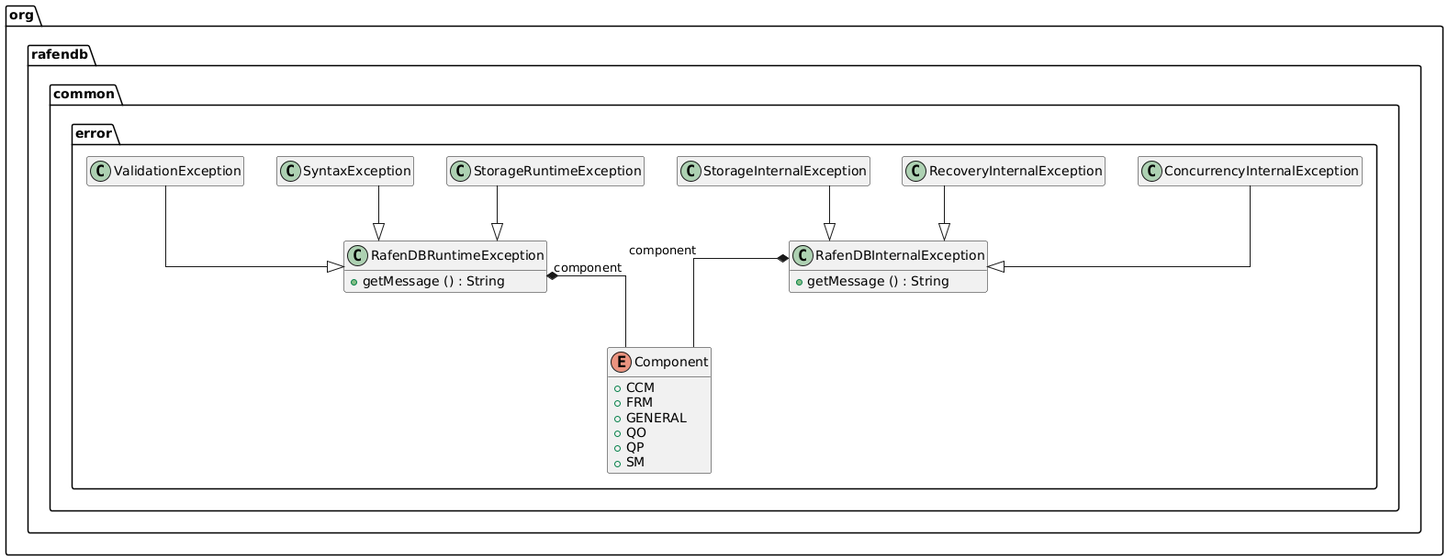
m-akma1/rafendb keeps this PlantUML diagram as docs/generated/common/common-error.png. Above is the earlier version. Its source is kept beside it as docs/generated/common/common-error.puml. The source it was exported from:
```plantuml
@startuml

set namespaceSeparator .
hide empty members
skinparam linetype ortho


enum org.rafendb.common.error.Component {
	{field} +CCM
	{field} +FRM
	{field} +GENERAL
	{field} +QO
	{field} +QP
	{field} +SM
}


class org.rafendb.common.error.ConcurrencyInternalException {
}


class org.rafendb.common.error.RafenDBInternalException {
	{method} +getMessage () : String
}


class org.rafendb.common.error.RafenDBRuntimeException {
	{method} +getMessage () : String
}


class org.rafendb.common.error.RecoveryInternalException {
}


class org.rafendb.common.error.StorageInternalException {
}


class org.rafendb.common.error.StorageRuntimeException {
}


class org.rafendb.common.error.SyntaxException {
}


class org.rafendb.common.error.ValidationException {
}




org.rafendb.common.error.ConcurrencyInternalException --|>  org.rafendb.common.error.RafenDBInternalException
org.rafendb.common.error.RafenDBInternalException *--  org.rafendb.common.error.Component : component
org.rafendb.common.error.RafenDBRuntimeException *--  org.rafendb.common.error.Component : component
org.rafendb.common.error.RecoveryInternalException --|>  org.rafendb.common.error.RafenDBInternalException
org.rafendb.common.error.StorageInternalException --|>  org.rafendb.common.error.RafenDBInternalException
org.rafendb.common.error.StorageRuntimeException --|>  org.rafendb.common.error.RafenDBRuntimeException
org.rafendb.common.error.SyntaxException --|>  org.rafendb.common.error.RafenDBRuntimeException
org.rafendb.common.error.ValidationException --|>  org.rafendb.common.error.RafenDBRuntimeException


@enduml
```
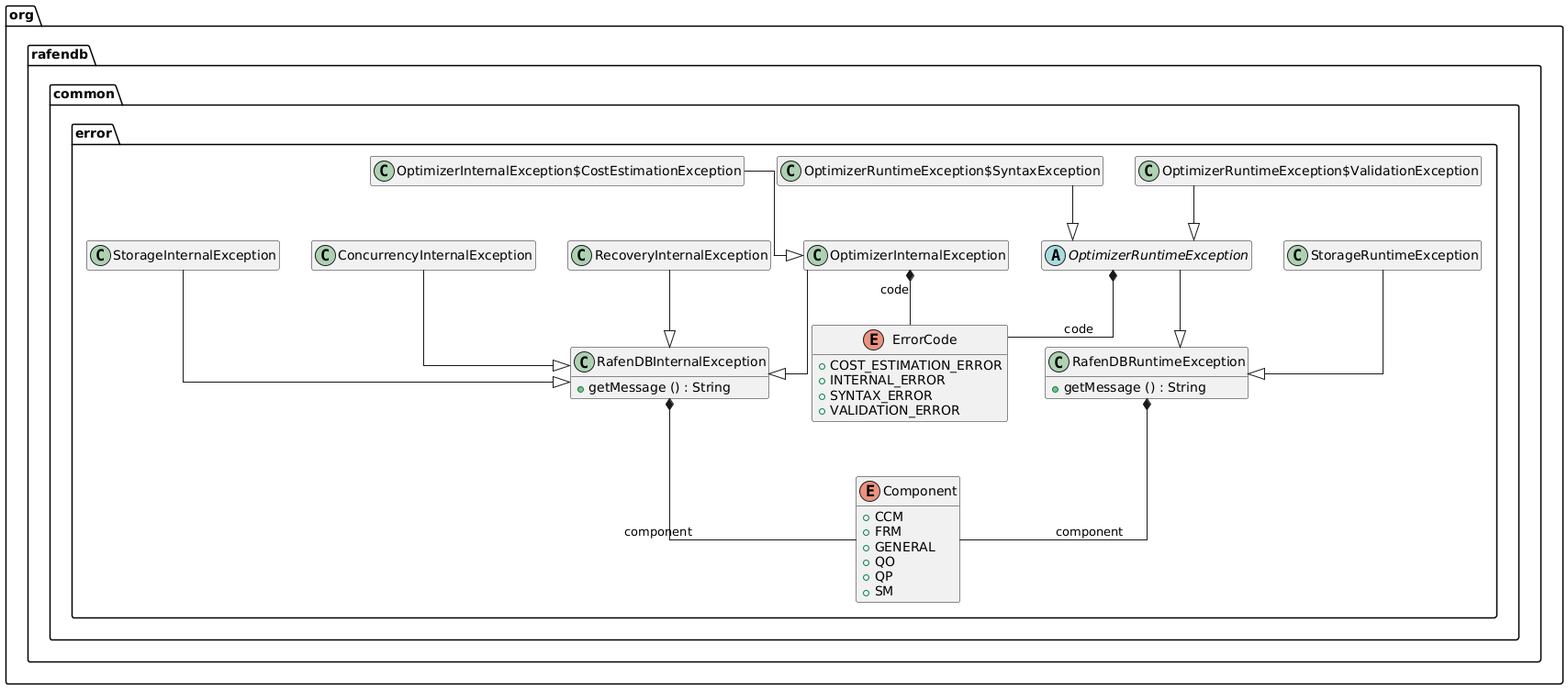
The same file after the commit.

The edit, as a diff of the source:
```diff
@@ -16,6 +16,34 @@
 
 
 class org.rafendb.common.error.ConcurrencyInternalException {
+}
+
+
+enum org.rafendb.common.error.ErrorCode {
+	{field} +COST_ESTIMATION_ERROR
+	{field} +INTERNAL_ERROR
+	{field} +SYNTAX_ERROR
+	{field} +VALIDATION_ERROR
+}
+
+
+class org.rafendb.common.error.OptimizerInternalException {
+}
+
+
+class org.rafendb.common.error.OptimizerInternalException$CostEstimationException {
+}
+
+
+abstract class org.rafendb.common.error.OptimizerRuntimeException {
+}
+
+
+class org.rafendb.common.error.OptimizerRuntimeException$SyntaxException {
+}
+
+
+class org.rafendb.common.error.OptimizerRuntimeException$ValidationException {
 }
 
 
@@ -41,24 +69,21 @@
 }
 
 
-class org.rafendb.common.error.SyntaxException {
-}
-
-
-class org.rafendb.common.error.ValidationException {
-}
-
-
 
 
 org.rafendb.common.error.ConcurrencyInternalException --|>  org.rafendb.common.error.RafenDBInternalException
+org.rafendb.common.error.OptimizerInternalException *--  org.rafendb.common.error.ErrorCode : code
+org.rafendb.common.error.OptimizerInternalException --|>  org.rafendb.common.error.RafenDBInternalException
+org.rafendb.common.error.OptimizerInternalException$CostEstimationException --|>  org.rafendb.common.error.OptimizerInternalException
+org.rafendb.common.error.OptimizerRuntimeException *--  org.rafendb.common.error.ErrorCode : code
+org.rafendb.common.error.OptimizerRuntimeException --|>  org.rafendb.common.error.RafenDBRuntimeException
+org.rafendb.common.error.OptimizerRuntimeException$SyntaxException --|>  org.rafendb.common.error.OptimizerRuntimeException
+org.rafendb.common.error.OptimizerRuntimeException$ValidationException --|>  org.rafendb.common.error.OptimizerRuntimeException
 org.rafendb.common.error.RafenDBInternalException *--  org.rafendb.common.error.Component : component
 org.rafendb.common.error.RafenDBRuntimeException *--  org.rafendb.common.error.Component : component
 org.rafendb.common.error.RecoveryInternalException --|>  org.rafendb.common.error.RafenDBInternalException
 org.rafendb.common.error.StorageInternalException --|>  org.rafendb.common.error.RafenDBInternalException
 org.rafendb.common.error.StorageRuntimeException --|>  org.rafendb.common.error.RafenDBRuntimeException
-org.rafendb.common.error.SyntaxException --|>  org.rafendb.common.error.RafenDBRuntimeException
-org.rafendb.common.error.ValidationException --|>  org.rafendb.common.error.RafenDBRuntimeException
 
 
 @enduml
```
